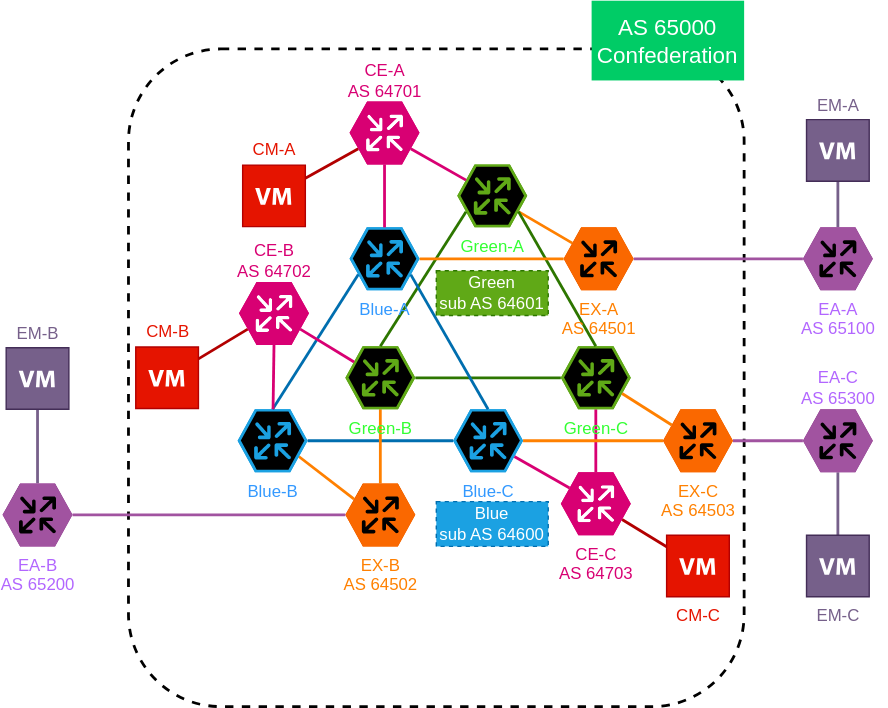
The draw.io diagram memo/topo.svg in Sabaniki/bg-switcher, before a commit. Source tidied: cells renumbered, new cells last; positions are measured from the earlier drawing's top-left corner, leaving out a move shared by most shapes.
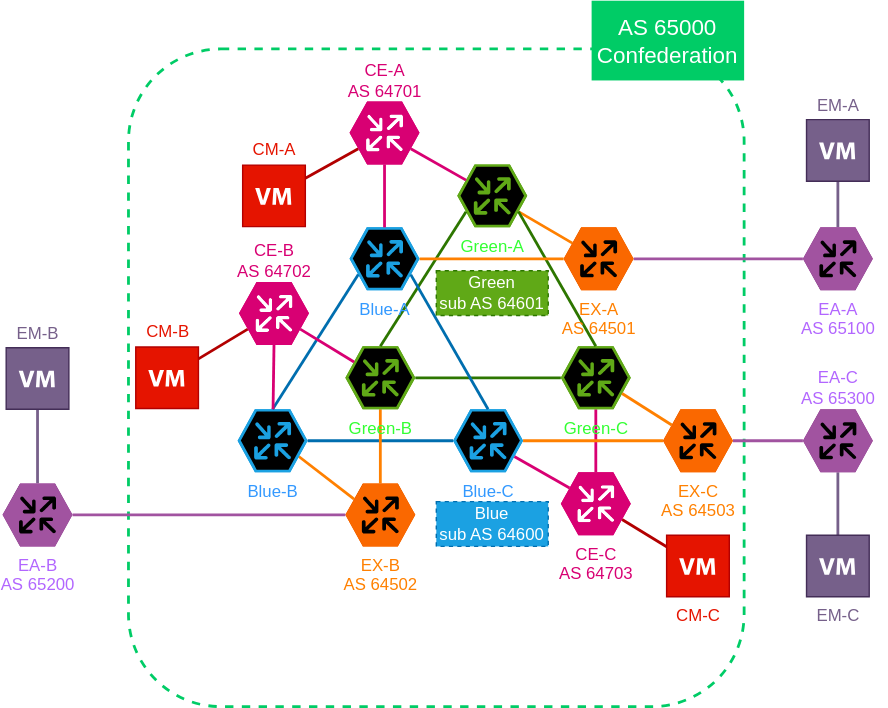
The same file after the commit.

Diff of the diagram source:
```diff
@@ -2,7 +2,7 @@
   <root>
     <mxCell id="0" />
     <mxCell id="1" parent="0" />
-    <mxCell id="2" style="rounded=1;whiteSpace=wrap;html=1;fontColor=#FF8000;strokeColor=default;fillColor=none;dashed=1;strokeWidth=2;direction=east;" parent="1" vertex="1">
+    <mxCell id="2" style="rounded=1;whiteSpace=wrap;html=1;fontColor=#FF8000;strokeColor=#00CC66;fillColor=none;dashed=1;strokeWidth=2;direction=east;" parent="1" vertex="1">
       <mxGeometry x="90" y="34.5" width="440" height="470" as="geometry" />
     </mxCell>
     <mxCell id="3" style="edgeStyle=none;html=1;exitX=0.875;exitY=0.75;exitDx=0;exitDy=0;exitPerimeter=0;entryX=0.125;entryY=0.25;entryDx=0;entryDy=0;entryPerimeter=0;fontSize=16;fontColor=#B266FF;endArrow=none;endFill=0;strokeWidth=2;strokeColor=#FF8000;" parent="1" edge="1" source="4" target="19">
```
